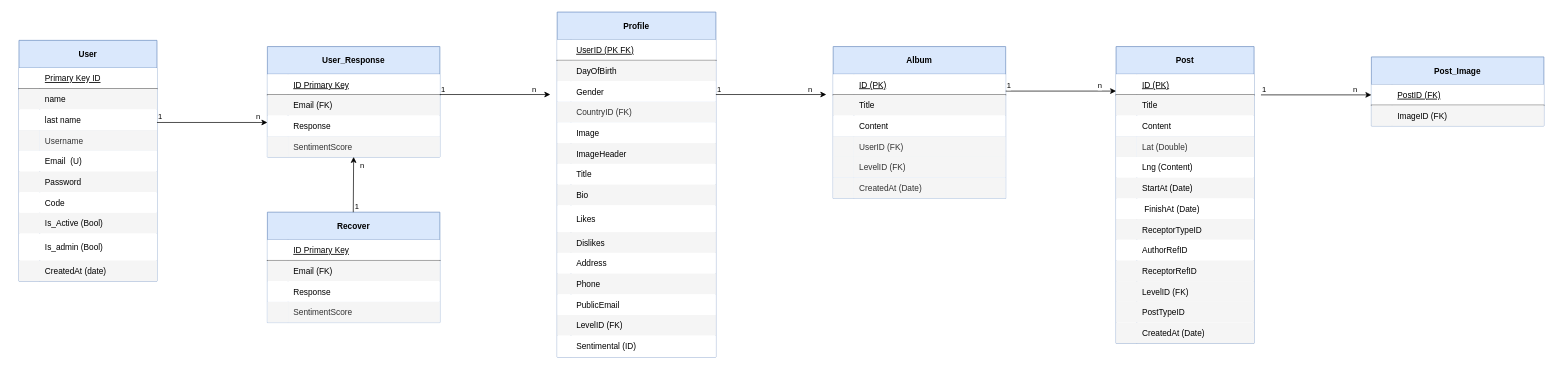
The draw.io diagram Diagrama sin título.drawio in AGEJH/Portafolio-Ingeniero, before the edit. Source tidied: cells renumbered, new cells numbered last; positions are measured from the earlier drawing's top-left corner, leaving out a move shared by most shapes. Both pictures are drawn from the tidied source at 69%, with x=0, y=0 at pixel (12, 12).
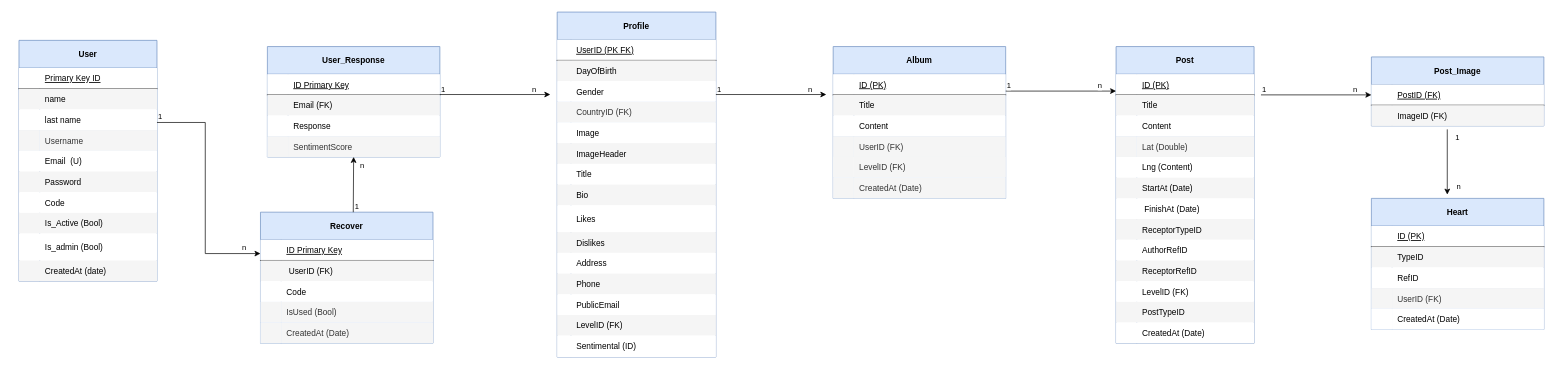
The same diagram, later.

Unchanged cells that the change refers to:
```xml
<mxCell id="102" value="Album" style="shape=table;startSize=40;childLayout=tableLayout;rowLines=0;fontStyle=1;align=center;fillColor=#dae8fc;strokeColor=#6c8ebf;" parent="1" vertex="1">
  <mxGeometry x="1190" y="50" width="250" height="220" as="geometry" />
</mxCell>
<mxCell id="121" value="Post" style="shape=table;startSize=40;childLayout=tableLayout;rowLines=0;fontStyle=1;align=center;fillColor=#dae8fc;strokeColor=#6c8ebf;" parent="1" vertex="1">
  <mxGeometry x="1600" y="50" width="200" height="430" as="geometry" />
</mxCell>
<mxCell id="178" style="shape=partialRectangle;fillColor=#f5f5f5;top=0;left=0;right=0;bottom=0;fontColor=#333333;strokeColor=#666666;" parent="174" vertex="1">
  <mxGeometry y="70" width="250" height="30" as="geometry" />
</mxCell>
<mxCell id="181" style="shape=partialRectangle;top=0;left=0;right=0;bottom=0;" parent="174" vertex="1">
  <mxGeometry y="100" width="250" height="30" as="geometry" />
</mxCell>
```

What changed in the source:
```diff
@@
     <mxCell id="93" style="endArrow=classic;html=1;rounded=0;" parent="1" edge="1">
       <mxGeometry relative="1" as="geometry">
         <mxPoint x="210" y="160" as="sourcePoint" />
-        <mxPoint x="370" y="160" as="targetPoint" />
+        <mxPoint x="360" y="350" as="targetPoint" />
+        <Array as="points">
+          <mxPoint x="280" y="160" />
+          <mxPoint x="280" y="350" />
+        </Array>
       </mxGeometry>
     </mxCell>
@@
     <mxCell id="95" value="n" style="edgeLabel;html=1;align=right;verticalAlign=bottom;" parent="93" vertex="1">
       <mxGeometry x="1" relative="1" as="geometry">
-        <mxPoint x="-10" as="offset" />
+        <mxPoint x="-20" as="offset" />
       </mxGeometry>
     </mxCell>
@@
-    <mxCell id="115" style="shape=partialRectangle;fillColor=#dae8fc;top=0;left=0;right=0;bottom=0;strokeColor=#6c8ebf;" parent="102" vertex="1">
+    <mxCell id="115" style="shape=partialRectangle;top=0;left=0;right=0;bottom=0;" parent="102" vertex="1">
       <mxGeometry y="160" width="250" height="30" as="geometry" />
     </mxCell>
@@
-    <mxCell id="152" style="shape=partialRectangle;fillColor=#f5f5f5;top=0;left=0;right=0;bottom=0;fontColor=#333333;strokeColor=#666666;" parent="121" vertex="1">
+    <mxCell id="152" style="shape=partialRectangle;top=0;left=0;right=0;bottom=0;" parent="121" vertex="1">
       <mxGeometry y="340" width="200" height="30" as="geometry" />
     </mxCell>
@@
-    <mxCell id="155" style="shape=partialRectangle;fillColor=#f5f5f5;top=0;left=0;right=0;bottom=0;fontColor=#333333;strokeColor=#666666;" parent="121" vertex="1">
+    <mxCell id="155" style="shape=partialRectangle;top=0;left=0;right=0;bottom=0;fillColor=#f5f5f5;fontColor=#333333;strokeColor=#666666;" parent="121" vertex="1">
       <mxGeometry y="370" width="200" height="30" as="geometry" />
     </mxCell>
@@
-    <mxCell id="158" style="shape=partialRectangle;fillColor=#f5f5f5;top=0;left=0;right=0;bottom=0;fontColor=#333333;strokeColor=#666666;" parent="121" vertex="1">
+    <mxCell id="158" style="shape=partialRectangle;top=0;left=0;right=0;bottom=0;" parent="121" vertex="1">
       <mxGeometry y="400" width="200" height="30" as="geometry" />
     </mxCell>
@@
     <mxCell id="174" value="Recover" style="shape=table;startSize=40;childLayout=tableLayout;rowLines=0;fontStyle=1;align=center;fillColor=#dae8fc;strokeColor=#6c8ebf;" parent="1" vertex="1">
-      <mxGeometry x="370" y="290" width="250" height="160" as="geometry" />
+      <mxGeometry x="360" y="290" width="250" height="190" as="geometry" />
     </mxCell>
@@
-    <mxCell id="180" value="Email (FK)" style="shape=partialRectangle;overflow=hidden;fillColor=none;top=0;left=0;bottom=0;right=0;align=left;spacingLeft=6;" parent="178" vertex="1">
+    <mxCell id="180" value=" UserID (FK)        " style="shape=partialRectangle;overflow=hidden;fillColor=none;top=0;left=0;bottom=0;right=0;align=left;spacingLeft=6;" parent="178" vertex="1">
       <mxGeometry x="30" width="220" height="30" as="geometry" />
     </mxCell>
@@
-    <mxCell id="183" value="Response" style="shape=partialRectangle;overflow=hidden;fillColor=none;top=0;left=0;bottom=0;right=0;align=left;spacingLeft=6;" parent="181" vertex="1">
+    <mxCell id="183" value="Code               " style="shape=partialRectangle;overflow=hidden;fillColor=none;top=0;left=0;bottom=0;right=0;align=left;spacingLeft=6;" parent="181" vertex="1">
       <mxGeometry x="30" width="220" height="30" as="geometry" />
     </mxCell>
+    <mxCell id="190" style="shape=partialRectangle;fillColor=#dae8fc;top=0;left=0;right=0;bottom=0;strokeColor=#6c8ebf;" parent="174" vertex="1">
+      <mxGeometry y="130" width="250" height="30" as="geometry" />
+    </mxCell>
+    <mxCell id="191" style="shape=partialRectangle;overflow=hidden;fillColor=#f5f5f5;top=0;left=0;bottom=0;right=0;fontColor=#333333;strokeColor=#666666;" parent="190" vertex="1">
+      <mxGeometry width="30" height="30" as="geometry" />
+    </mxCell>
+    <mxCell id="192" value="IsUsed (Bool) " style="shape=partialRectangle;overflow=hidden;fillColor=#f5f5f5;top=0;left=0;bottom=0;right=0;align=left;spacingLeft=6;fontColor=#333333;strokeColor=#666666;" parent="190" vertex="1">
+      <mxGeometry x="30" width="220" height="30" as="geometry" />
+    </mxCell>
     <mxCell id="184" style="shape=partialRectangle;fillColor=#dae8fc;top=0;left=0;right=0;bottom=0;strokeColor=#6c8ebf;" parent="174" vertex="1">
-      <mxGeometry y="130" width="250" height="30" as="geometry" />
+      <mxGeometry y="160" width="250" height="30" as="geometry" />
     </mxCell>
@@
-    <mxCell id="186" value="SentimentScore" style="shape=partialRectangle;overflow=hidden;fillColor=#f5f5f5;top=0;left=0;bottom=0;right=0;align=left;spacingLeft=6;fontColor=#333333;strokeColor=#666666;" parent="184" vertex="1">
+    <mxCell id="186" value="CreatedAt (Date)" style="shape=partialRectangle;overflow=hidden;fillColor=#f5f5f5;top=0;left=0;bottom=0;right=0;align=left;spacingLeft=6;fontColor=#333333;strokeColor=#666666;" parent="184" vertex="1">
       <mxGeometry x="30" width="220" height="30" as="geometry" />
     </mxCell>
@@
+    <mxCell id="193" value="Heart" style="shape=table;startSize=40;childLayout=tableLayout;rowLines=0;fontStyle=1;align=center;fillColor=#dae8fc;strokeColor=#6c8ebf;" parent="1" vertex="1">
+      <mxGeometry x="1970" y="270" width="250" height="190" as="geometry" />
+    </mxCell>
+    <mxCell id="194" style="shape=partialRectangle;top=0;left=0;right=0;bottom=1;" parent="193" vertex="1">
+      <mxGeometry y="40" width="250" height="30" as="geometry" />
+    </mxCell>
+    <mxCell id="195" style="shape=partialRectangle;overflow=hidden;fillColor=none;top=0;left=0;bottom=0;right=0;fontStyle=1;" parent="194" vertex="1">
+      <mxGeometry width="30" height="30" as="geometry" />
+    </mxCell>
+    <mxCell id="196" value="ID (PK)" style="shape=partialRectangle;overflow=hidden;fillColor=none;top=0;left=0;bottom=0;right=0;align=left;spacingLeft=6;fontStyle=4;" parent="194" vertex="1">
+      <mxGeometry x="30" width="220" height="30" as="geometry" />
+    </mxCell>
+    <mxCell id="197" style="shape=partialRectangle;fillColor=#f5f5f5;top=0;left=0;right=0;bottom=0;fontColor=#333333;strokeColor=#666666;" parent="193" vertex="1">
+      <mxGeometry y="70" width="250" height="30" as="geometry" />
+    </mxCell>
+    <mxCell id="198" style="shape=partialRectangle;overflow=hidden;fillColor=none;top=0;left=0;bottom=0;right=0;" parent="197" vertex="1">
+      <mxGeometry width="30" height="30" as="geometry" />
+    </mxCell>
+    <mxCell id="199" value="TypeID             " style="shape=partialRectangle;overflow=hidden;fillColor=none;top=0;left=0;bottom=0;right=0;align=left;spacingLeft=6;" parent="197" vertex="1">
+      <mxGeometry x="30" width="220" height="30" as="geometry" />
+    </mxCell>
+    <mxCell id="200" style="shape=partialRectangle;top=0;left=0;right=0;bottom=0;" parent="193" vertex="1">
+      <mxGeometry y="100" width="250" height="30" as="geometry" />
+    </mxCell>
+    <mxCell id="201" style="shape=partialRectangle;overflow=hidden;fillColor=none;top=0;left=0;bottom=0;right=0;" parent="200" vertex="1">
+      <mxGeometry width="30" height="30" as="geometry" />
+    </mxCell>
+    <mxCell id="202" value="RefID              " style="shape=partialRectangle;overflow=hidden;fillColor=none;top=0;left=0;bottom=0;right=0;align=left;spacingLeft=6;" parent="200" vertex="1">
+      <mxGeometry x="30" width="220" height="30" as="geometry" />
+    </mxCell>
+    <mxCell id="203" style="shape=partialRectangle;fillColor=#dae8fc;top=0;left=0;right=0;bottom=0;strokeColor=#6c8ebf;" parent="193" vertex="1">
+      <mxGeometry y="130" width="250" height="30" as="geometry" />
+    </mxCell>
+    <mxCell id="204" style="shape=partialRectangle;overflow=hidden;fillColor=#f5f5f5;top=0;left=0;bottom=0;right=0;fontColor=#333333;strokeColor=#666666;" parent="203" vertex="1">
+      <mxGeometry width="30" height="30" as="geometry" />
+    </mxCell>
+    <mxCell id="205" value="UserID (FK) " style="shape=partialRectangle;overflow=hidden;fillColor=#f5f5f5;top=0;left=0;bottom=0;right=0;align=left;spacingLeft=6;fontColor=#333333;strokeColor=#666666;" parent="203" vertex="1">
+      <mxGeometry x="30" width="220" height="30" as="geometry" />
+    </mxCell>
+    <mxCell id="206" style="shape=partialRectangle;fillColor=#dae8fc;top=0;left=0;right=0;bottom=0;strokeColor=#6c8ebf;" parent="193" vertex="1">
+      <mxGeometry y="160" width="250" height="30" as="geometry" />
+    </mxCell>
+    <mxCell id="207" style="shape=partialRectangle;overflow=hidden;top=0;left=0;bottom=0;right=0;" parent="206" vertex="1">
+      <mxGeometry width="30" height="30" as="geometry" />
+    </mxCell>
+    <mxCell id="208" value="CreatedAt (Date)   " style="shape=partialRectangle;overflow=hidden;top=0;left=0;bottom=0;right=0;align=left;spacingLeft=6;" parent="206" vertex="1">
+      <mxGeometry x="30" width="220" height="30" as="geometry" />
+    </mxCell>
+    <mxCell id="209" style="endArrow=classic;html=1;rounded=0;exitX=0.469;exitY=1.167;exitDx=0;exitDy=0;exitPerimeter=0;" parent="1" edge="1">
+      <mxGeometry relative="1" as="geometry">
+        <mxPoint x="2080" y="170" as="sourcePoint" />
+        <mxPoint x="2080" y="264.5" as="targetPoint" />
+      </mxGeometry>
+    </mxCell>
+    <mxCell id="210" value="1" style="edgeLabel;html=1;align=left;verticalAlign=bottom;" parent="209" vertex="1">
+      <mxGeometry x="-1" relative="1" as="geometry">
+        <mxPoint x="10" y="20" as="offset" />
+      </mxGeometry>
+    </mxCell>
+    <mxCell id="211" value="n" style="edgeLabel;html=1;align=right;verticalAlign=bottom;" parent="209" vertex="1">
+      <mxGeometry x="1" relative="1" as="geometry">
+        <mxPoint x="20" y="-4" as="offset" />
+      </mxGeometry>
+    </mxCell>
```
